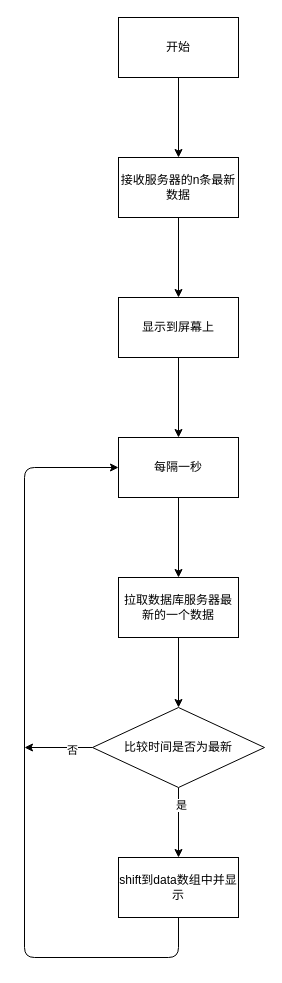
This is 时变数据处理.drawio from ZXF1001/WindPowerPlatform, a draw.io file, before an edit. Source tidied: cells renumbered, new cells numbered last; positions are measured from the earlier drawing's top-left corner, leaving out a move shared by most shapes. Both pictures are drawn from the tidied source at 100%, with x=0, y=0 at pixel (24, 17).
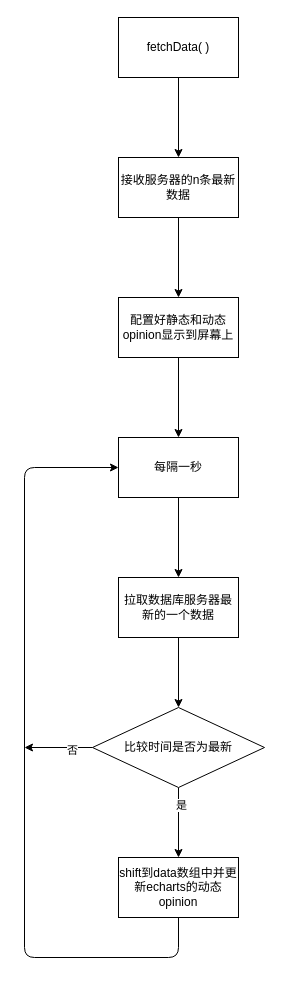
After the change.

The edit, as a diff of the source:
```diff
@@
-    <mxCell id="3" value="开始" style="rounded=0;whiteSpace=wrap;html=1;" parent="1" vertex="1">
+    <mxCell id="3" value="fetchData( )" style="rounded=0;whiteSpace=wrap;html=1;" parent="1" vertex="1">
       <mxGeometry x="94" width="120" height="60" as="geometry" />
     </mxCell>
@@
-    <mxCell id="7" value="显示到屏幕上" style="rounded=0;whiteSpace=wrap;html=1;" parent="1" vertex="1">
+    <mxCell id="7" value="配置好静态和动态opinion显示到屏幕上" style="rounded=0;whiteSpace=wrap;html=1;" parent="1" vertex="1">
       <mxGeometry x="94" y="280" width="120" height="60" as="geometry" />
     </mxCell>
@@
-    <mxCell id="15" value="shift到data数组中并显示" style="rounded=0;whiteSpace=wrap;html=1;" parent="1" vertex="1">
+    <mxCell id="15" value="shift到data数组中并更新echarts的动态opinion" style="rounded=0;whiteSpace=wrap;html=1;" parent="1" vertex="1">
       <mxGeometry x="94" y="840" width="120" height="60" as="geometry" />
     </mxCell>
```
